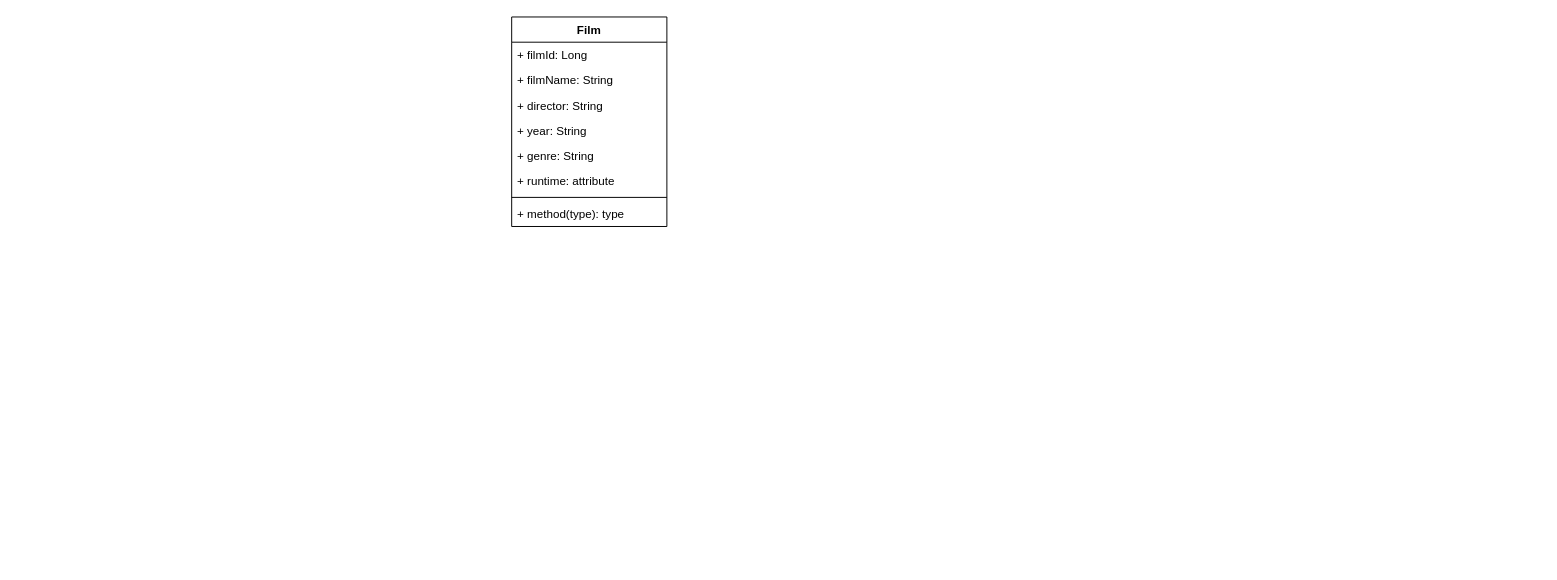
Tasdiq-Dewan/Film-TV-Tracker-Project keeps this draw.io diagram as Documents/Film TV Tracker UML diagram ver 1.drawio. Above is the earlier version. Source tidied: cells renumbered, new cells numbered last; positions are measured from the earlier drawing's top-left corner, leaving out a move shared by most shapes. Both pictures are drawn from the tidied source at 97%, with x=0, y=0 at pixel (511, 16).
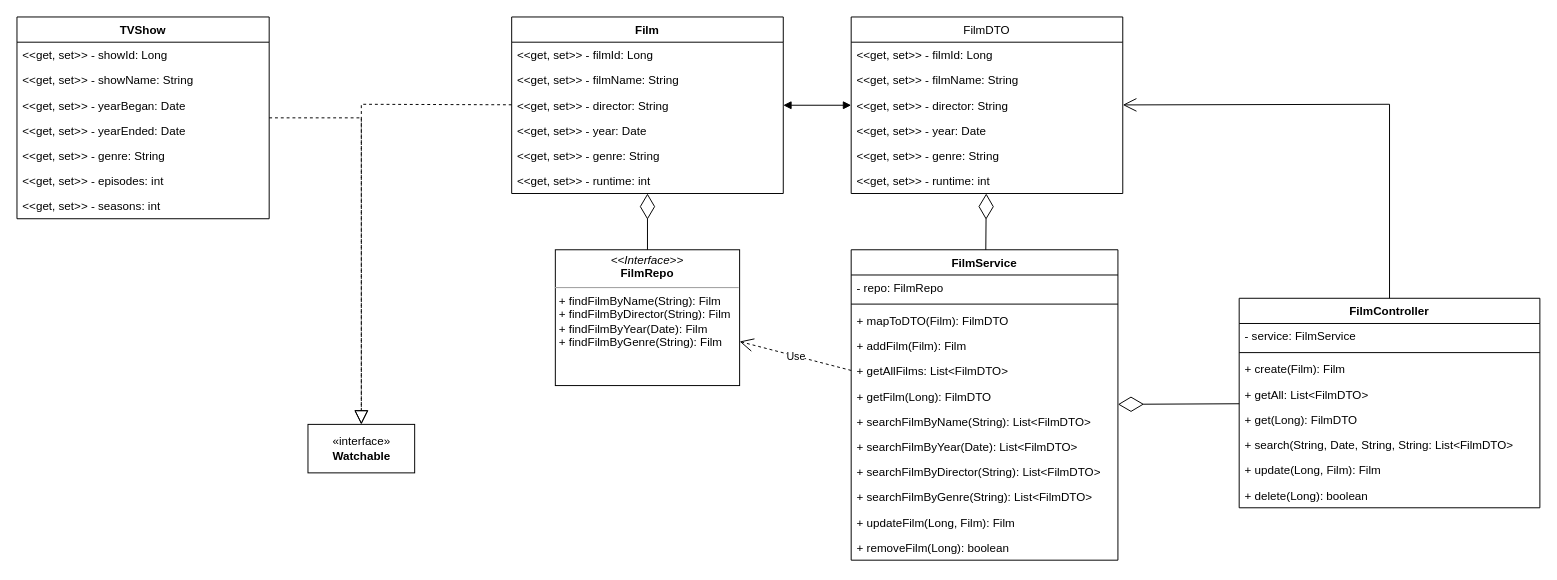
After the change.

Commit message (it also covers changes not shown here):
working on UML class diagram, finished classes for Film and related controllers

Change to the diagram source:
```diff
@@
     <mxCell id="2" value="Film" style="swimlane;fontStyle=1;align=center;verticalAlign=top;horizontal=1;startSize=26;" parent="1" vertex="1">
-      <mxGeometry width="160" height="216" as="geometry" />
+      <mxGeometry width="280" height="182" as="geometry" />
     </mxCell>
-    <mxCell id="3" value="+ filmId: Long" style="text;strokeColor=none;fillColor=none;align=left;verticalAlign=top;spacingLeft=4;spacingRight=4;overflow=hidden;" parent="2" vertex="1">
-      <mxGeometry y="26" width="160" height="26" as="geometry" />
+    <mxCell id="3" value="&lt;&lt;get, set&gt;&gt; - filmId: Long" style="text;strokeColor=none;fillColor=none;align=left;verticalAlign=top;spacingLeft=4;spacingRight=4;overflow=hidden;" parent="2" vertex="1">
+      <mxGeometry y="26" width="280" height="26" as="geometry" />
     </mxCell>
-    <mxCell id="4" value="+ filmName: String" style="text;strokeColor=none;fillColor=none;align=left;verticalAlign=top;spacingLeft=4;spacingRight=4;overflow=hidden;" parent="2" vertex="1">
-      <mxGeometry y="52" width="160" height="26" as="geometry" />
+    <mxCell id="4" value="&lt;&lt;get, set&gt;&gt; - filmName: String" style="text;strokeColor=none;fillColor=none;align=left;verticalAlign=top;spacingLeft=4;spacingRight=4;overflow=hidden;" parent="2" vertex="1">
+      <mxGeometry y="52" width="280" height="26" as="geometry" />
     </mxCell>
-    <mxCell id="5" value="+ director: String" style="text;strokeColor=none;fillColor=none;align=left;verticalAlign=top;spacingLeft=4;spacingRight=4;overflow=hidden;" parent="2" vertex="1">
-      <mxGeometry y="78" width="160" height="26" as="geometry" />
+    <mxCell id="5" value="&lt;&lt;get, set&gt;&gt; - director: String" style="text;strokeColor=none;fillColor=none;align=left;verticalAlign=top;spacingLeft=4;spacingRight=4;overflow=hidden;" parent="2" vertex="1">
+      <mxGeometry y="78" width="280" height="26" as="geometry" />
     </mxCell>
-    <mxCell id="6" value="+ year: String" style="text;strokeColor=none;fillColor=none;align=left;verticalAlign=top;spacingLeft=4;spacingRight=4;overflow=hidden;" parent="2" vertex="1">
-      <mxGeometry y="104" width="160" height="26" as="geometry" />
+    <mxCell id="6" value="&lt;&lt;get, set&gt;&gt; - year: Date" style="text;strokeColor=none;fillColor=none;align=left;verticalAlign=top;spacingLeft=4;spacingRight=4;overflow=hidden;" parent="2" vertex="1">
+      <mxGeometry y="104" width="280" height="26" as="geometry" />
     </mxCell>
-    <mxCell id="7" value="+ genre: String" style="text;strokeColor=none;fillColor=none;align=left;verticalAlign=top;spacingLeft=4;spacingRight=4;overflow=hidden;" parent="2" vertex="1">
-      <mxGeometry y="130" width="160" height="26" as="geometry" />
+    <mxCell id="7" value="&lt;&lt;get, set&gt;&gt; - genre: String" style="text;strokeColor=none;fillColor=none;align=left;verticalAlign=top;spacingLeft=4;spacingRight=4;overflow=hidden;" parent="2" vertex="1">
+      <mxGeometry y="130" width="280" height="26" as="geometry" />
     </mxCell>
-    <mxCell id="8" value="+ runtime: attribute" style="text;strokeColor=none;fillColor=none;align=left;verticalAlign=top;spacingLeft=4;spacingRight=4;overflow=hidden;" parent="2" vertex="1">
-      <mxGeometry y="156" width="160" height="26" as="geometry" />
+    <mxCell id="8" value="&lt;&lt;get, set&gt;&gt; - runtime: int" style="text;strokeColor=none;fillColor=none;align=left;verticalAlign=top;spacingLeft=4;spacingRight=4;overflow=hidden;" parent="2" vertex="1">
+      <mxGeometry y="156" width="280" height="26" as="geometry" />
     </mxCell>
-    <mxCell id="9" style="line;strokeWidth=1;fillColor=none;align=left;verticalAlign=middle;spacingTop=-1;spacingLeft=3;spacingRight=3;labelPosition=right;" parent="2" vertex="1">
-      <mxGeometry y="182" width="160" height="8" as="geometry" />
-    </mxCell>
-    <mxCell id="10" value="+ method(type): type" style="text;strokeColor=none;fillColor=none;align=left;verticalAlign=top;spacingLeft=4;spacingRight=4;overflow=hidden;" parent="2" vertex="1">
-      <mxGeometry y="190" width="160" height="26" as="geometry" />
-    </mxCell>
+    <mxCell id="11" value="FilmDTO" style="swimlane;fontStyle=0;horizontal=1;startSize=26;fillColor=none;" parent="1" vertex="1">
+      <mxGeometry x="350" width="280" height="182" as="geometry" />
+    </mxCell>
+    <mxCell id="12" value="&lt;&lt;get, set&gt;&gt; - filmId: Long" style="text;strokeColor=none;fillColor=none;align=left;verticalAlign=top;spacingLeft=4;spacingRight=4;overflow=hidden;" parent="11" vertex="1">
+      <mxGeometry y="26" width="280" height="26" as="geometry" />
+    </mxCell>
+    <mxCell id="13" value="&lt;&lt;get, set&gt;&gt; - filmName: String" style="text;strokeColor=none;fillColor=none;align=left;verticalAlign=top;spacingLeft=4;spacingRight=4;overflow=hidden;" parent="11" vertex="1">
+      <mxGeometry y="52" width="280" height="26" as="geometry" />
+    </mxCell>
+    <mxCell id="14" value="&lt;&lt;get, set&gt;&gt; - director: String" style="text;strokeColor=none;fillColor=none;align=left;verticalAlign=top;spacingLeft=4;spacingRight=4;overflow=hidden;" parent="11" vertex="1">
+      <mxGeometry y="78" width="280" height="26" as="geometry" />
+    </mxCell>
+    <mxCell id="15" value="&lt;&lt;get, set&gt;&gt; - year: Date" style="text;strokeColor=none;fillColor=none;align=left;verticalAlign=top;spacingLeft=4;spacingRight=4;overflow=hidden;" parent="11" vertex="1">
+      <mxGeometry y="104" width="280" height="26" as="geometry" />
+    </mxCell>
+    <mxCell id="16" value="&lt;&lt;get, set&gt;&gt; - genre: String" style="text;strokeColor=none;fillColor=none;align=left;verticalAlign=top;spacingLeft=4;spacingRight=4;overflow=hidden;" parent="11" vertex="1">
+      <mxGeometry y="130" width="280" height="26" as="geometry" />
+    </mxCell>
+    <mxCell id="17" value="&lt;&lt;get, set&gt;&gt; - runtime: int" style="text;strokeColor=none;fillColor=none;align=left;verticalAlign=top;spacingLeft=4;spacingRight=4;overflow=hidden;" parent="11" vertex="1">
+      <mxGeometry y="156" width="280" height="26" as="geometry" />
+    </mxCell>
+    <mxCell id="18" style="endArrow=block;startArrow=block;endFill=1;startFill=1;html=1;rounded=0;" parent="1" edge="1" source="2" target="11">
+      <mxGeometry relative="1" as="geometry" />
+    </mxCell>
+    <mxCell id="19" value="&lt;p style=&quot;margin:0px;margin-top:4px;text-align:center;&quot;&gt;&lt;i&gt;&amp;lt;&amp;lt;Interface&amp;gt;&amp;gt;&lt;/i&gt;&lt;br&gt;&lt;b&gt;FilmRepo&lt;/b&gt;&lt;/p&gt;&lt;hr size=&quot;1&quot;&gt;&lt;p style=&quot;margin:0px;margin-left:4px;&quot;&gt;+ findFilmByName(String): Film&lt;br&gt;+ findFilmByDirector(String): Film&lt;/p&gt;&lt;p style=&quot;margin:0px;margin-left:4px;&quot;&gt;+ findFilmByYear(Date): Film&lt;/p&gt;&lt;p style=&quot;margin:0px;margin-left:4px;&quot;&gt;+ findFilmByGenre(String): Film&lt;/p&gt;" style="verticalAlign=top;align=left;overflow=fill;fontSize=12;fontFamily=Helvetica;html=1;" parent="1" vertex="1">
+      <mxGeometry x="45" y="240" width="190" height="140" as="geometry" />
+    </mxCell>
+    <mxCell id="20" style="endArrow=diamondThin;endFill=0;endSize=24;html=1;rounded=0;" parent="1" edge="1" source="19" target="2">
+      <mxGeometry relative="1" as="geometry" />
+    </mxCell>
+    <mxCell id="21" value="FilmService" style="swimlane;fontStyle=1;align=center;verticalAlign=top;horizontal=1;startSize=26;" parent="1" vertex="1">
+      <mxGeometry x="350" y="240" width="275" height="320" as="geometry" />
+    </mxCell>
+    <mxCell id="22" value="- repo: FilmRepo" style="text;strokeColor=none;fillColor=none;align=left;verticalAlign=top;spacingLeft=4;spacingRight=4;overflow=hidden;" parent="21" vertex="1">
+      <mxGeometry y="26" width="275" height="26" as="geometry" />
+    </mxCell>
+    <mxCell id="23" style="line;strokeWidth=1;fillColor=none;align=left;verticalAlign=middle;spacingTop=-1;spacingLeft=3;spacingRight=3;labelPosition=right;" parent="21" vertex="1">
+      <mxGeometry y="52" width="275" height="8" as="geometry" />
+    </mxCell>
+    <mxCell id="24" value="+ mapToDTO(Film): FilmDTO" style="text;strokeColor=none;fillColor=none;align=left;verticalAlign=top;spacingLeft=4;spacingRight=4;overflow=hidden;" parent="21" vertex="1">
+      <mxGeometry y="60" width="275" height="26" as="geometry" />
+    </mxCell>
+    <mxCell id="25" value="+ addFilm(Film): Film" style="text;strokeColor=none;fillColor=none;align=left;verticalAlign=top;spacingLeft=4;spacingRight=4;overflow=hidden;" parent="21" vertex="1">
+      <mxGeometry y="86" width="275" height="26" as="geometry" />
+    </mxCell>
+    <mxCell id="26" value="+ getAllFilms: List&lt;FilmDTO&gt;" style="text;strokeColor=none;fillColor=none;align=left;verticalAlign=top;spacingLeft=4;spacingRight=4;overflow=hidden;" parent="21" vertex="1">
+      <mxGeometry y="112" width="275" height="26" as="geometry" />
+    </mxCell>
+    <mxCell id="27" value="+ getFilm(Long): FilmDTO" style="text;strokeColor=none;fillColor=none;align=left;verticalAlign=top;spacingLeft=4;spacingRight=4;overflow=hidden;" parent="21" vertex="1">
+      <mxGeometry y="138" width="275" height="26" as="geometry" />
+    </mxCell>
+    <mxCell id="28" value="+ searchFilmByName(String): List&lt;FilmDTO&gt;" style="text;strokeColor=none;fillColor=none;align=left;verticalAlign=top;spacingLeft=4;spacingRight=4;overflow=hidden;" parent="21" vertex="1">
+      <mxGeometry y="164" width="275" height="26" as="geometry" />
+    </mxCell>
+    <mxCell id="29" value="+ searchFilmByYear(Date): List&lt;FilmDTO&gt;" style="text;strokeColor=none;fillColor=none;align=left;verticalAlign=top;spacingLeft=4;spacingRight=4;overflow=hidden;" parent="21" vertex="1">
+      <mxGeometry y="190" width="275" height="26" as="geometry" />
+    </mxCell>
+    <mxCell id="30" value="+ searchFilmByDirector(String): List&lt;FilmDTO&gt;" style="text;strokeColor=none;fillColor=none;align=left;verticalAlign=top;spacingLeft=4;spacingRight=4;overflow=hidden;" parent="21" vertex="1">
+      <mxGeometry y="216" width="275" height="26" as="geometry" />
+    </mxCell>
+    <mxCell id="31" value="+ searchFilmByGenre(String): List&lt;FilmDTO&gt;" style="text;strokeColor=none;fillColor=none;align=left;verticalAlign=top;spacingLeft=4;spacingRight=4;overflow=hidden;" parent="21" vertex="1">
+      <mxGeometry y="242" width="275" height="26" as="geometry" />
+    </mxCell>
+    <mxCell id="32" value="+ updateFilm(Long, Film): Film" style="text;strokeColor=none;fillColor=none;align=left;verticalAlign=top;spacingLeft=4;spacingRight=4;overflow=hidden;" parent="21" vertex="1">
+      <mxGeometry y="268" width="275" height="26" as="geometry" />
+    </mxCell>
+    <mxCell id="33" value="+ removeFilm(Long): boolean" style="text;strokeColor=none;fillColor=none;align=left;verticalAlign=top;spacingLeft=4;spacingRight=4;overflow=hidden;" parent="21" vertex="1">
+      <mxGeometry y="294" width="275" height="26" as="geometry" />
+    </mxCell>
+    <mxCell id="34" value="Use" style="endArrow=open;endSize=12;dashed=1;html=1;rounded=0;" parent="1" edge="1" source="21" target="19">
+      <mxGeometry relative="1" as="geometry" />
+    </mxCell>
+    <mxCell id="35" value="«interface»&lt;br&gt;&lt;b&gt;Watchable&lt;/b&gt;" style="html=1;" parent="1" vertex="1">
+      <mxGeometry x="-210" y="420" width="110" height="50" as="geometry" />
+    </mxCell>
+    <mxCell id="36" style="endArrow=block;dashed=1;endFill=0;endSize=12;html=1;rounded=0;" parent="1" edge="1" source="2" target="35">
+      <mxGeometry relative="1" as="geometry">
+        <Array as="points">
+          <mxPoint x="-155" y="90" />
+        </Array>
+      </mxGeometry>
+    </mxCell>
+    <mxCell id="37" style="endArrow=diamondThin;endFill=0;endSize=24;html=1;rounded=0;" parent="1" edge="1" source="21" target="11">
+      <mxGeometry relative="1" as="geometry" />
+    </mxCell>
+    <mxCell id="38" value="FilmController" style="swimlane;fontStyle=1;align=center;verticalAlign=top;horizontal=1;startSize=26;" parent="1" vertex="1">
+      <mxGeometry x="750" y="290" width="310" height="216" as="geometry" />
+    </mxCell>
+    <mxCell id="39" value="- service: FilmService" style="text;strokeColor=none;fillColor=none;align=left;verticalAlign=top;spacingLeft=4;spacingRight=4;overflow=hidden;" parent="38" vertex="1">
+      <mxGeometry y="26" width="310" height="26" as="geometry" />
+    </mxCell>
+    <mxCell id="40" style="line;strokeWidth=1;fillColor=none;align=left;verticalAlign=middle;spacingTop=-1;spacingLeft=3;spacingRight=3;labelPosition=right;" parent="38" vertex="1">
+      <mxGeometry y="52" width="310" height="8" as="geometry" />
+    </mxCell>
+    <mxCell id="41" value="+ create(Film): Film" style="text;strokeColor=none;fillColor=none;align=left;verticalAlign=top;spacingLeft=4;spacingRight=4;overflow=hidden;" parent="38" vertex="1">
+      <mxGeometry y="60" width="310" height="26" as="geometry" />
+    </mxCell>
+    <mxCell id="42" value="+ getAll: List&lt;FilmDTO&gt;" style="text;strokeColor=none;fillColor=none;align=left;verticalAlign=top;spacingLeft=4;spacingRight=4;overflow=hidden;" parent="38" vertex="1">
+      <mxGeometry y="86" width="310" height="26" as="geometry" />
+    </mxCell>
+    <mxCell id="43" value="+ get(Long): FilmDTO" style="text;strokeColor=none;fillColor=none;align=left;verticalAlign=top;spacingLeft=4;spacingRight=4;overflow=hidden;" parent="38" vertex="1">
+      <mxGeometry y="112" width="310" height="26" as="geometry" />
+    </mxCell>
+    <mxCell id="44" value="+ search(String, Date, String, String: List&lt;FilmDTO&gt;" style="text;strokeColor=none;fillColor=none;align=left;verticalAlign=top;spacingLeft=4;spacingRight=4;overflow=hidden;" parent="38" vertex="1">
+      <mxGeometry y="138" width="310" height="26" as="geometry" />
+    </mxCell>
+    <mxCell id="45" value="+ update(Long, Film): Film" style="text;strokeColor=none;fillColor=none;align=left;verticalAlign=top;spacingLeft=4;spacingRight=4;overflow=hidden;" parent="38" vertex="1">
+      <mxGeometry y="164" width="310" height="26" as="geometry" />
+    </mxCell>
+    <mxCell id="46" value="+ delete(Long): boolean" style="text;strokeColor=none;fillColor=none;align=left;verticalAlign=top;spacingLeft=4;spacingRight=4;overflow=hidden;" parent="38" vertex="1">
+      <mxGeometry y="190" width="310" height="26" as="geometry" />
+    </mxCell>
+    <mxCell id="47" style="endArrow=diamondThin;endFill=0;endSize=24;html=1;rounded=0;" parent="1" edge="1" source="38" target="21">
+      <mxGeometry relative="1" as="geometry" />
+    </mxCell>
+    <mxCell id="48" style="endArrow=open;endFill=1;endSize=12;html=1;rounded=0;" parent="1" edge="1" source="38" target="11">
+      <mxGeometry relative="1" as="geometry">
+        <Array as="points">
+          <mxPoint x="905" y="90" />
+        </Array>
+      </mxGeometry>
+    </mxCell>
+    <mxCell id="49" value="TVShow" style="swimlane;fontStyle=1;align=center;verticalAlign=top;horizontal=1;startSize=26;" parent="1" vertex="1">
+      <mxGeometry x="-510" width="260" height="208" as="geometry" />
+    </mxCell>
+    <mxCell id="50" value="&lt;&lt;get, set&gt;&gt; - showId: Long" style="text;strokeColor=none;fillColor=none;align=left;verticalAlign=top;spacingLeft=4;spacingRight=4;overflow=hidden;" parent="49" vertex="1">
+      <mxGeometry y="26" width="260" height="26" as="geometry" />
+    </mxCell>
+    <mxCell id="51" value="&lt;&lt;get, set&gt;&gt; - showName: String" style="text;strokeColor=none;fillColor=none;align=left;verticalAlign=top;spacingLeft=4;spacingRight=4;overflow=hidden;" parent="49" vertex="1">
+      <mxGeometry y="52" width="260" height="26" as="geometry" />
+    </mxCell>
+    <mxCell id="52" value="&lt;&lt;get, set&gt;&gt; - yearBegan: Date" style="text;strokeColor=none;fillColor=none;align=left;verticalAlign=top;spacingLeft=4;spacingRight=4;overflow=hidden;" parent="49" vertex="1">
+      <mxGeometry y="78" width="260" height="26" as="geometry" />
+    </mxCell>
+    <mxCell id="53" value="&lt;&lt;get, set&gt;&gt; - yearEnded: Date" style="text;strokeColor=none;fillColor=none;align=left;verticalAlign=top;spacingLeft=4;spacingRight=4;overflow=hidden;" parent="49" vertex="1">
+      <mxGeometry y="104" width="260" height="26" as="geometry" />
+    </mxCell>
+    <mxCell id="54" value="&lt;&lt;get, set&gt;&gt; - genre: String" style="text;strokeColor=none;fillColor=none;align=left;verticalAlign=top;spacingLeft=4;spacingRight=4;overflow=hidden;" parent="49" vertex="1">
+      <mxGeometry y="130" width="260" height="26" as="geometry" />
+    </mxCell>
+    <mxCell id="55" value="&lt;&lt;get, set&gt;&gt; - episodes: int" style="text;strokeColor=none;fillColor=none;align=left;verticalAlign=top;spacingLeft=4;spacingRight=4;overflow=hidden;" parent="49" vertex="1">
+      <mxGeometry y="156" width="260" height="26" as="geometry" />
+    </mxCell>
+    <mxCell id="56" value="&lt;&lt;get, set&gt;&gt; - seasons: int" style="text;strokeColor=none;fillColor=none;align=left;verticalAlign=top;spacingLeft=4;spacingRight=4;overflow=hidden;" parent="49" vertex="1">
+      <mxGeometry y="182" width="260" height="26" as="geometry" />
+    </mxCell>
+    <mxCell id="57" style="endArrow=block;dashed=1;endFill=0;endSize=12;html=1;rounded=0;entryX=0.5;entryY=0;entryDx=0;entryDy=0;" parent="1" edge="1" source="49" target="35">
+      <mxGeometry relative="1" as="geometry">
+        <Array as="points">
+          <mxPoint x="-155" y="104" />
+        </Array>
+      </mxGeometry>
+    </mxCell>
```
